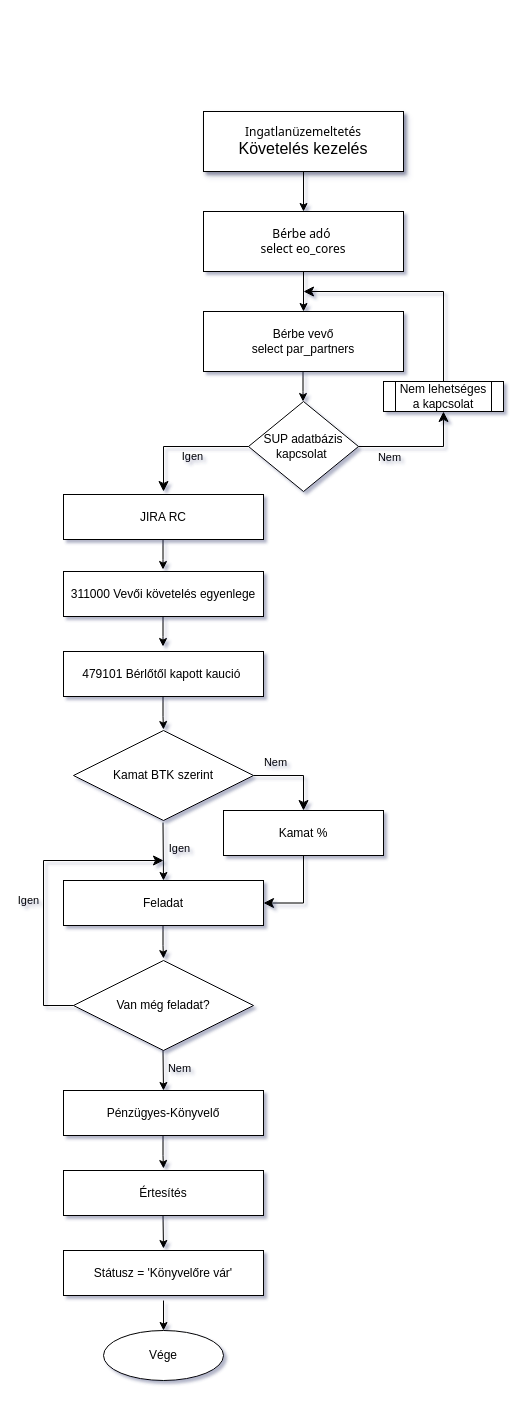
The draw.io diagram assets-input.drawio in Cgyulas0525/indotek_erp, before the edit. Source tidied: cells renumbered, new cells numbered last; positions are measured from the earlier drawing's top-left corner, leaving out a move shared by most shapes. Both pictures are drawn from the tidied source at 100%, with x=0, y=0 at pixel (43, 111).
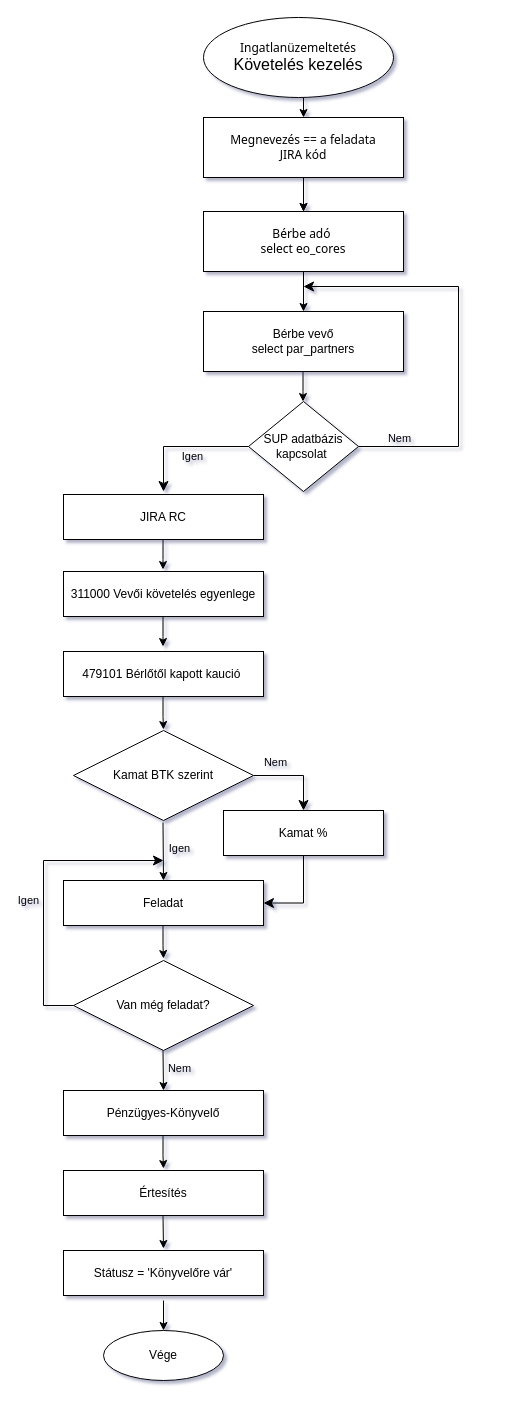
The same page after the edit.

Unchanged cells that the change refers to:
```xml
<mxCell id="4" value="&lt;font face=&quot;Tahoma&quot;&gt;Bérbe adó&amp;nbsp;&lt;/font&gt;&lt;div&gt;&lt;font face=&quot;Tahoma&quot;&gt;select eo_cores&lt;/font&gt;&lt;/div&gt;" style="rounded=0;whiteSpace=wrap;html=1;labelBackgroundColor=none;" parent="1" vertex="1">
  <mxGeometry x="160" y="100" width="200" height="60" as="geometry" />
</mxCell>
<mxCell id="8" value="SUP adatbázis&lt;div&gt;kapcsolat&amp;nbsp;&lt;/div&gt;" style="rhombus;whiteSpace=wrap;html=1;rounded=0;labelBackgroundColor=none;" parent="1" vertex="1">
  <mxGeometry x="205" y="290" width="110" height="90" as="geometry" />
</mxCell>
```

What changed in the source:
```diff
@@
-    <mxCell id="2" value="&lt;font face=&quot;Tahoma&quot; style=&quot;font-size: 12px;&quot;&gt;Ingatlanüzemeltetés&lt;/font&gt;&lt;div&gt;&lt;font face=&quot;BtbKhpzwE4qU60kqDjoo&quot; size=&quot;3&quot;&gt;Követelés kezelés&lt;/font&gt;&lt;/div&gt;" style="rounded=0;whiteSpace=wrap;html=1;shadow=1;labelBackgroundColor=none;strokeWidth=1;fontFamily=Verdana;fontSize=8;align=center;" parent="1" vertex="1">
-      <mxGeometry x="160" width="200" height="60" as="geometry" />
-    </mxCell>
-    <mxCell id="3" style="endArrow=classic;html=1;rounded=0;exitX=0.5;exitY=1;exitDx=0;exitDy=0;labelBackgroundColor=none;fontColor=default;" parent="1" edge="1" source="2">
+    <mxCell id="3" style="endArrow=classic;html=1;rounded=0;labelBackgroundColor=none;fontColor=default;" parent="1" edge="1">
       <mxGeometry relative="1" as="geometry">
+        <mxPoint x="260" y="76" as="sourcePoint" />
         <mxPoint x="260" y="100" as="targetPoint" />
       </mxGeometry>
     </mxCell>
@@
-    <mxCell id="9" style="edgeStyle=elbowEdgeStyle;elbow=horizontal;endArrow=classic;html=1;curved=0;rounded=0;endSize=8;startSize=8;exitX=1;exitY=0.5;exitDx=0;exitDy=0;entryX=0.5;entryY=1;entryDx=0;entryDy=0;labelBackgroundColor=none;fontColor=default;" parent="1" edge="1" source="8" target="11">
+    <mxCell id="9" style="edgeStyle=elbowEdgeStyle;elbow=horizontal;endArrow=classic;html=1;curved=0;rounded=0;endSize=8;startSize=8;labelBackgroundColor=none;fontColor=default;exitX=1;exitY=0.5;exitDx=0;exitDy=0;" parent="1" edge="1" source="8">
       <mxGeometry relative="1" as="geometry">
+        <mxPoint x="260" y="175" as="targetPoint" />
         <Array as="points">
-          <mxPoint x="400" y="380" />
+          <mxPoint x="415" y="195" />
+          <mxPoint x="455" y="375" />
         </Array>
       </mxGeometry>
     </mxCell>
     <mxCell id="10" value="Nem" style="edgeLabel;html=1;align=center;verticalAlign=middle;labelBackgroundColor=none;" parent="9" vertex="1">
       <mxGeometry x="-0.5" y="1" relative="1" as="geometry">
-        <mxPoint y="11" as="offset" />
+        <mxPoint x="-59" y="-5" as="offset" />
       </mxGeometry>
     </mxCell>
-    <mxCell id="11" value="Nem lehetséges a kapcsolat" style="shape=process;whiteSpace=wrap;html=1;backgroundOutline=1;labelBackgroundColor=none;" parent="1" vertex="1">
-      <mxGeometry x="340" y="270" width="120" height="30" as="geometry" />
-    </mxCell>
-    <mxCell id="12" style="edgeStyle=elbowEdgeStyle;elbow=horizontal;endArrow=classic;html=1;curved=0;rounded=0;endSize=8;startSize=8;entryX=0.5;entryY=1;entryDx=0;entryDy=0;exitX=0.5;exitY=0;exitDx=0;exitDy=0;exitPerimeter=0;labelBackgroundColor=none;fontColor=default;" parent="1" edge="1" source="11">
-      <mxGeometry relative="1" as="geometry">
-        <mxPoint x="260" y="180" as="targetPoint" />
-        <Array as="points">
-          <mxPoint x="400" y="240" />
-        </Array>
-      </mxGeometry>
-    </mxCell>
@@
+    <mxCell id="2" value="&lt;font face=&quot;Tahoma&quot;&gt;Ingatlanüzemeltetés&lt;/font&gt;&lt;div style=&quot;font-family: Verdana; font-size: 8px;&quot;&gt;&lt;font face=&quot;BtbKhpzwE4qU60kqDjoo&quot; size=&quot;3&quot;&gt;Követelés kezelés&lt;/font&gt;&lt;/div&gt;" style="ellipse;whiteSpace=wrap;html=1;" parent="1" vertex="1">
+      <mxGeometry x="160" y="-94" width="190" height="80" as="geometry" />
+    </mxCell>
+    <mxCell id="42" style="edgeStyle=orthogonalEdgeStyle;rounded=0;jettySize=auto;html=1;" parent="1" edge="1" source="43" target="4">
+      <mxGeometry relative="1" as="geometry" />
+    </mxCell>
+    <mxCell id="43" value="&lt;font face=&quot;Tahoma&quot;&gt;Megnevezés == a feladata&lt;/font&gt;&lt;div&gt;&lt;font face=&quot;Tahoma&quot;&gt;JIRA kód&lt;/font&gt;&lt;/div&gt;" style="rounded=0;whiteSpace=wrap;html=1;labelBackgroundColor=none;" parent="1" vertex="1">
+      <mxGeometry x="160" y="6" width="200" height="60" as="geometry" />
+    </mxCell>
+    <mxCell id="44" style="edgeStyle=none;jettySize=auto;html=1;rounded=0;entryX=0.5;entryY=0;entryDx=0;entryDy=0;" parent="1" edge="1" target="43">
+      <mxGeometry relative="1" as="geometry">
+        <mxPoint x="260" y="-14" as="sourcePoint" />
+      </mxGeometry>
+    </mxCell>
```
